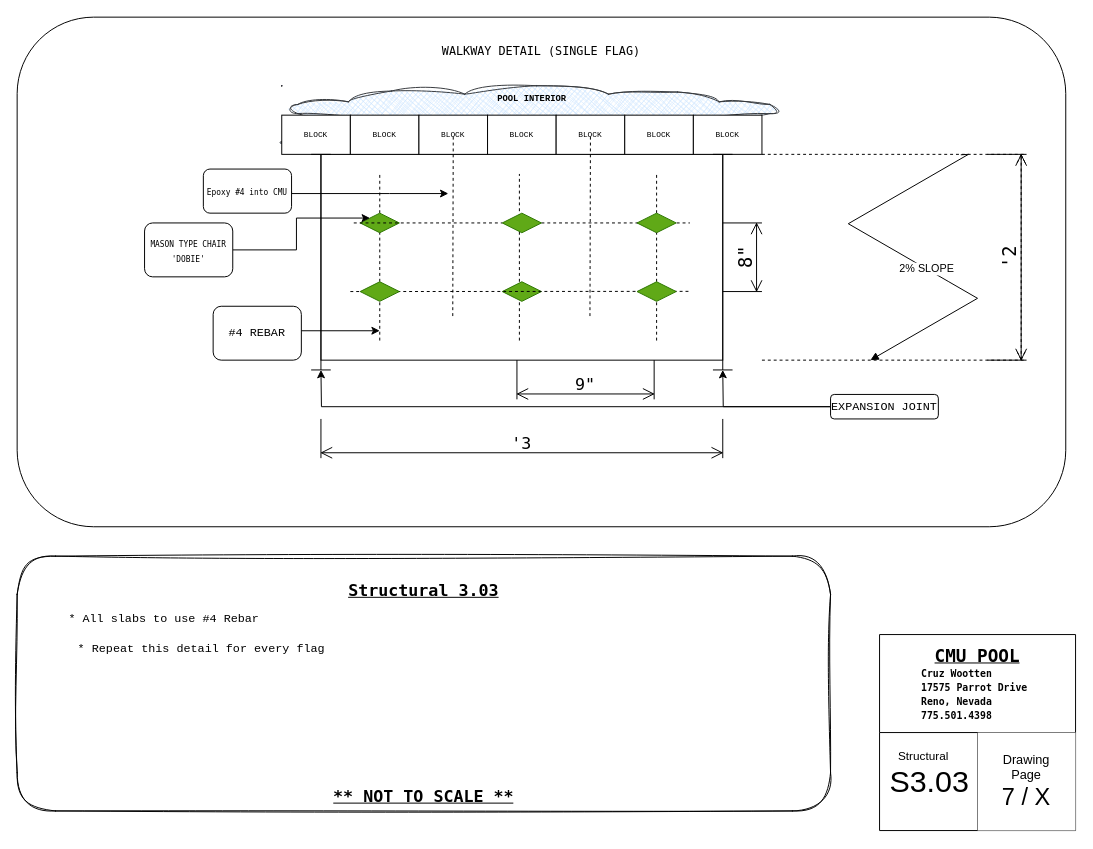
This is S303.drawio from LilWikipedia/parrotpool, a draw.io file, before an edit. Source tidied: cells renumbered, new cells numbered last; positions are measured from the earlier drawing's top-left corner, leaving out a move shared by most shapes. Both pictures are drawn from the tidied source at 98%, with x=0, y=0 at pixel (17, 17).
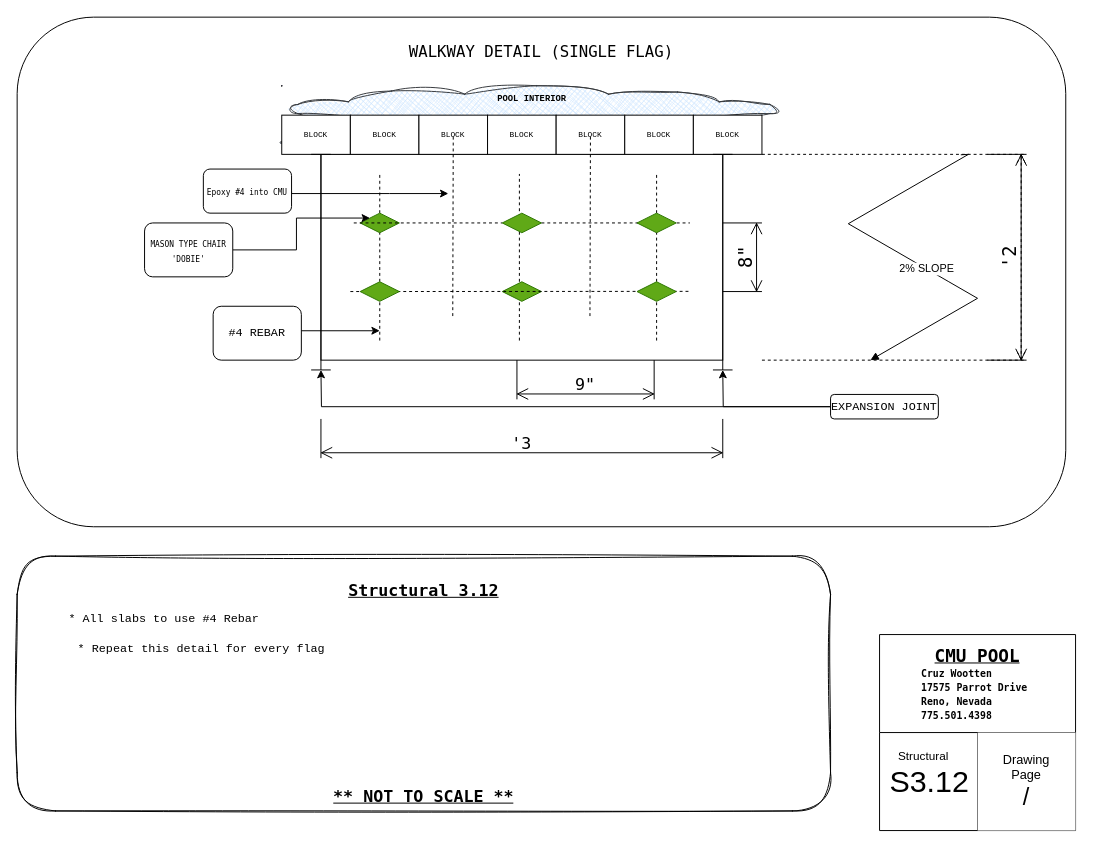
After the change.

The change refers to these unchanged cells:
```xml
<mxCell id="6" value="&lt;u&gt;&lt;font face=&quot;Lucida Console&quot; style=&quot;font-size: 18px;&quot;&gt;CMU POOL&lt;/font&gt;&lt;/u&gt;&lt;div style=&quot;text-align: left;&quot;&gt;&lt;span style=&quot;font-size: 10px;&quot;&gt;&lt;font face=&quot;Lucida Console&quot;&gt;Cruz Wootten&lt;/font&gt;&lt;/span&gt;&lt;/div&gt;&lt;div style=&quot;text-align: left;&quot;&gt;&lt;font face=&quot;Lucida Console&quot;&gt;&lt;span style=&quot;font-size: 10px; background-color: transparent; color: light-dark(rgb(0, 0, 0), rgb(255, 255, 255));&quot;&gt;17575 Parrot Drive&amp;nbsp;&lt;/span&gt;&lt;br&gt;&lt;span style=&quot;font-size: 10px; background-color: transparent; color: light-dark(rgb(0, 0, 0), rgb(255, 255, 255));&quot;&gt;Reno, Nevada&lt;/span&gt;&lt;/font&gt;&lt;/div&gt;&lt;div style=&quot;text-align: left;&quot;&gt;&lt;span style=&quot;background-color: transparent; color: light-dark(rgb(0, 0, 0), rgb(255, 255, 255)); font-size: 10px;&quot;&gt;&lt;font face=&quot;Lucida Console&quot;&gt;775.501.4398&lt;/font&gt;&lt;/span&gt;&lt;/div&gt;" style="swimlane;whiteSpace=wrap;html=1;startSize=100;align=center;" parent="1" vertex="1">
  <mxGeometry x="880" y="630" width="200" height="200" as="geometry" />
</mxCell>
```

Diff of the diagram source:
```diff
@@
-    <mxCell id="4" value="&lt;div&gt;&lt;font face=&quot;Lucida Console&quot;&gt;Structural 3.03&lt;/font&gt;&lt;/div&gt;" style="text;html=1;align=center;verticalAlign=middle;whiteSpace=wrap;rounded=0;fontStyle=5;fontSize=17;" parent="1" vertex="1">
+    <mxCell id="4" value="&lt;div&gt;&lt;font face=&quot;Lucida Console&quot;&gt;Structural 3.12&lt;/font&gt;&lt;/div&gt;" style="text;html=1;align=center;verticalAlign=middle;whiteSpace=wrap;rounded=0;fontStyle=5;fontSize=17;" parent="1" vertex="1">
       <mxGeometry x="250" y="550" width="330" height="70" as="geometry" />
     </mxCell>
@@
-    <mxCell id="7" value="&lt;font style=&quot;font-size: 31px;&quot;&gt;&amp;nbsp;S3.03&lt;/font&gt;" style="text;html=1;align=left;verticalAlign=middle;whiteSpace=wrap;rounded=0;" parent="6" vertex="1">
+    <mxCell id="7" value="&lt;font style=&quot;font-size: 31px;&quot;&gt;&amp;nbsp;S3.12&lt;/font&gt;" style="text;html=1;align=left;verticalAlign=middle;whiteSpace=wrap;rounded=0;" parent="6" vertex="1">
       <mxGeometry y="100" width="200" height="100" as="geometry" />
     </mxCell>
@@
-    <mxCell id="10" value="&lt;div&gt;&lt;font style=&quot;font-size: 13px;&quot;&gt;Drawing&lt;/font&gt;&lt;/div&gt;&lt;div&gt;&lt;font style=&quot;font-size: 13px;&quot;&gt;Page&lt;/font&gt;&lt;/div&gt;&lt;div&gt;&lt;span style=&quot;font-size: 24px; background-color: transparent; color: light-dark(rgb(0, 0, 0), rgb(255, 255, 255));&quot;&gt;7 / X&lt;/span&gt;&lt;/div&gt;" style="text;html=1;align=center;verticalAlign=middle;whiteSpace=wrap;rounded=0;fillColor=default;" parent="1" vertex="1">
+    <mxCell id="10" value="&lt;div&gt;&lt;font style=&quot;font-size: 13px;&quot;&gt;Drawing&lt;/font&gt;&lt;/div&gt;&lt;div&gt;&lt;font style=&quot;font-size: 13px;&quot;&gt;Page&lt;/font&gt;&lt;/div&gt;&lt;div&gt;&lt;span style=&quot;font-size: 24px; background-color: transparent; color: light-dark(rgb(0, 0, 0), rgb(255, 255, 255));&quot;&gt;&amp;nbsp;/&amp;nbsp;&lt;/span&gt;&lt;/div&gt;" style="text;html=1;align=center;verticalAlign=middle;whiteSpace=wrap;rounded=0;fillColor=default;" parent="1" vertex="1">
       <mxGeometry x="980" y="730" width="100" height="100" as="geometry" />
     </mxCell>
@@
-    <mxCell id="14" value="&lt;font face=&quot;Lucida Console&quot;&gt;WALKWAY DETAIL (SINGLE FLAG)&lt;/font&gt;" style="text;html=1;align=center;verticalAlign=middle;whiteSpace=wrap;rounded=0;" parent="1" vertex="1">
+    <mxCell id="14" value="&lt;font style=&quot;font-size: 16px;&quot; face=&quot;Lucida Console&quot;&gt;WALKWAY DETAIL (SINGLE FLAG)&lt;/font&gt;" style="text;html=1;align=center;verticalAlign=middle;whiteSpace=wrap;rounded=0;" parent="1" vertex="1">
       <mxGeometry x="385" y="20" width="300" height="30" as="geometry" />
     </mxCell>
```
